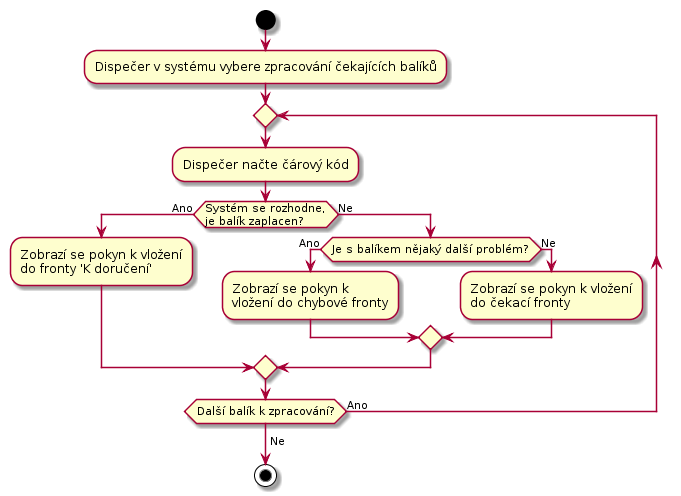
Above: docs/diagrams/out/uc-22-activity.png in Internet-Handel/postman (PlantUML), before the change.
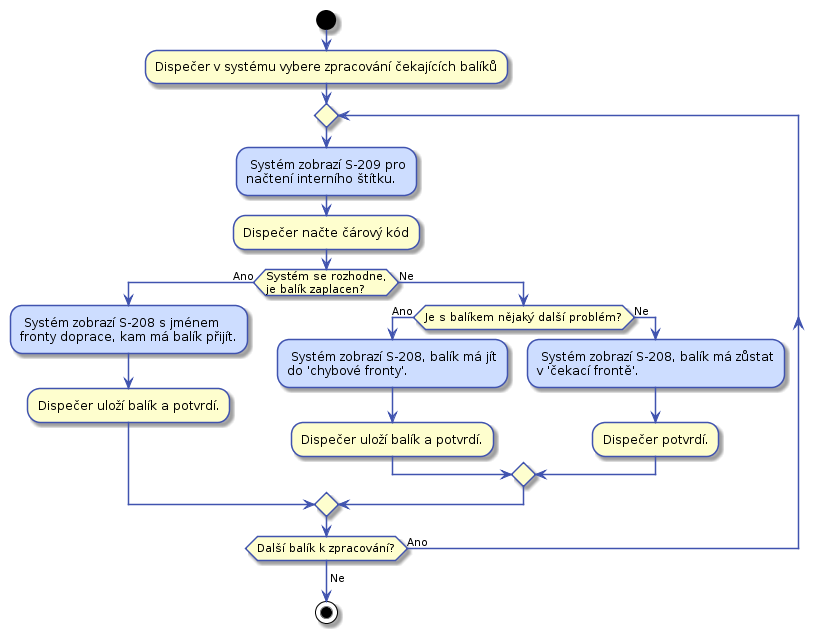
Later version of the same file.

Change to the diagram source:
```diff
@@ -1,22 +1,39 @@
 @startuml
+
+skinparam activity {
+    BorderColor #4053AF
+    ArrowColor #4053AF
+    FontName Roboto
+}
+
+skinparam activityDiamond {
+    BorderColor #4053AF
+    ArrowColor #4053AF
+    FontName Roboto
+}
+
 start
 
 :Dispečer v systému vybere zpracování čekajících balíků;
 repeat
-  :Dispečer načte čárový kód;
-
-  if (Systém se rozhodne,\nje balík zaplacen?) then (Ano)
-    :Zobrazí se pokyn k vložení
-    do fronty 'K doručení';
-  else (Ne)
-    if(Je s balíkem nějaký další problém?) then (Ano)
-      :Zobrazí se pokyn k
-      vložení do chybové fronty;
+    #CDDDFF: Systém zobrazí S-209 pro
+    načtení interního štítku.;
+    :Dispečer načte čárový kód;
+    if (Systém se rozhodne,\nje balík zaplacen?) then (Ano)
+        #CDDDFF: Systém zobrazí S-208 s jménem
+        fronty doprace, kam má balík přijít.;
+        :Dispečer uloží balík a potvrdí.;
     else (Ne)
-      :Zobrazí se pokyn k vložení
-      do čekací fronty;
+        if(Je s balíkem nějaký další problém?) then (Ano)
+            #CDDDFF: Systém zobrazí S-208, balík má jít
+            do 'chybové fronty'.;
+            :Dispečer uloží balík a potvrdí.;
+        else (Ne)
+            #CDDDFF: Systém zobrazí S-208, balík má zůstat
+            v 'čekací frontě'.;
+            :Dispečer potvrdí.;
+        endif
     endif
-  endif
 repeat while (Další balík k zpracování?) is (Ano)
 ->Ne;
 
```
